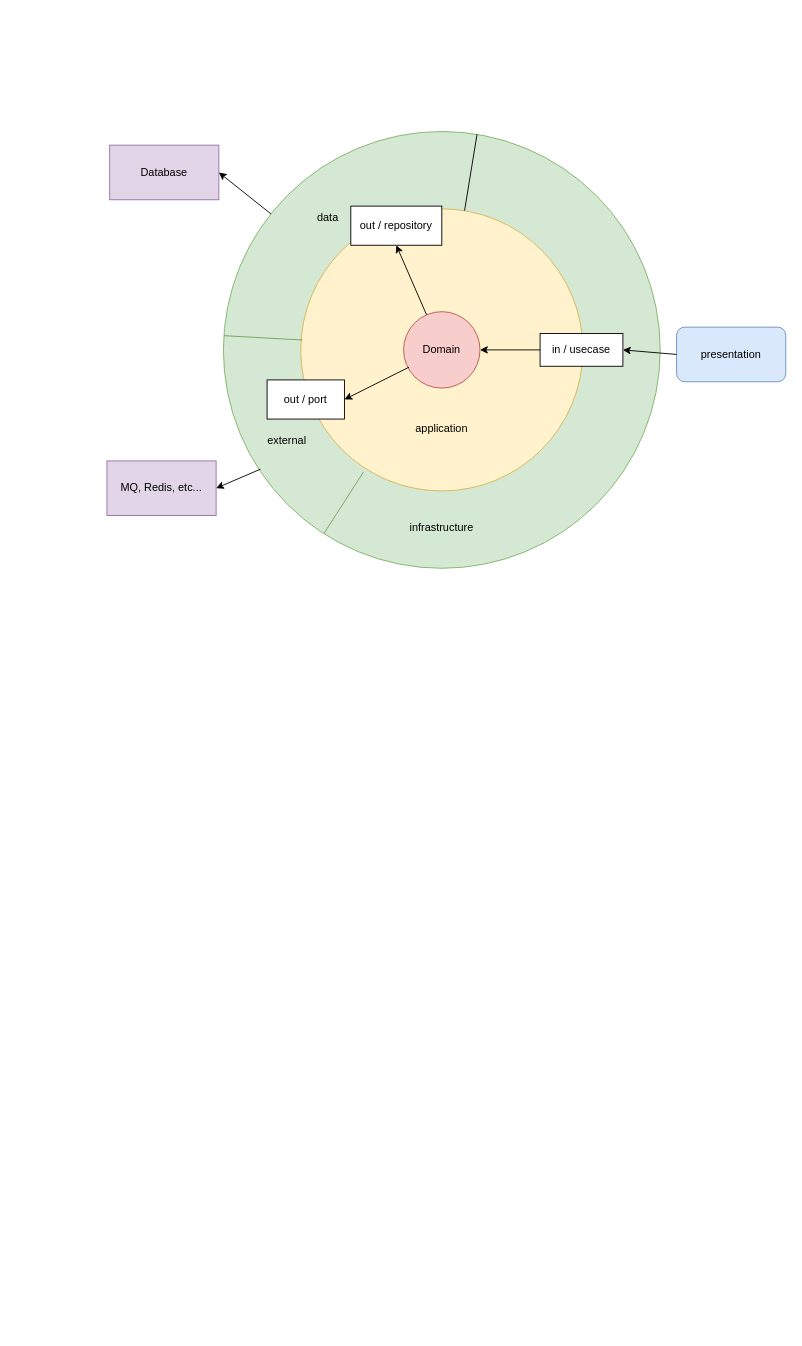
This is Untitled Diagram.drawio from kkm06100/Architectures, a draw.io file, before an edit. Source tidied: cells renumbered, new cells numbered last; positions are measured from the earlier drawing's top-left corner, leaving out a move shared by most shapes. Both pictures are drawn from the tidied source at 91%, with x=0, y=0 at pixel (106, 131).
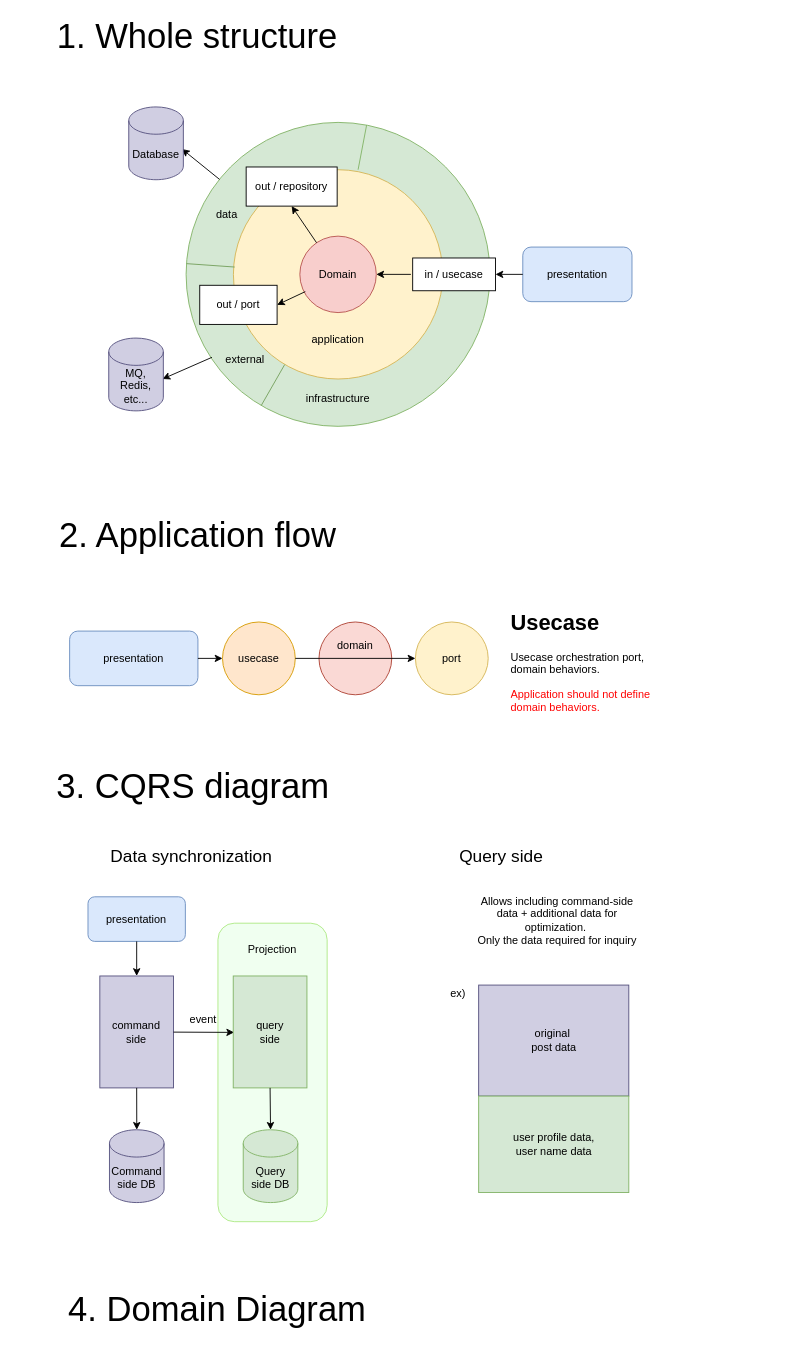
The same page after the edit.

What changed in the source:
```diff
@@
+    <mxCell id="22" style="rounded=1;whiteSpace=wrap;html=1;fillColor=light-dark(#f0fff0, #1f2f1e);strokeColor=#AEE985;" parent="1" vertex="1">
+      <mxGeometry x="122" y="870" width="120" height="328" as="geometry" />
+    </mxCell>
-    <mxCell id="2" value="&lt;div&gt;&lt;br&gt;&lt;/div&gt;&lt;div&gt;&lt;br&gt;&lt;/div&gt;&lt;div&gt;&lt;br&gt;&lt;/div&gt;&lt;div&gt;&lt;br&gt;&lt;/div&gt;&lt;div&gt;&lt;br&gt;&lt;/div&gt;&lt;div&gt;&lt;br&gt;&lt;/div&gt;&lt;div&gt;&lt;br&gt;&lt;/div&gt;&lt;div&gt;&lt;br&gt;&lt;/div&gt;&lt;div&gt;&lt;br&gt;&lt;/div&gt;&lt;div&gt;&lt;br&gt;&lt;/div&gt;&lt;div&gt;&lt;br&gt;&lt;br&gt;&lt;br&gt;&lt;br&gt;&lt;br&gt;&lt;br&gt;&lt;br&gt;&lt;br&gt;&lt;br&gt;&lt;br&gt;&lt;br&gt;&lt;br&gt;&lt;br&gt;&lt;br&gt;&lt;br&gt;&lt;br&gt;&lt;br&gt;infrastructure&lt;/div&gt;" style="ellipse;whiteSpace=wrap;html=1;fillColor=#d5e8d4;strokeColor=#82b366;" parent="1" vertex="1">
-      <mxGeometry x="128" width="480" height="480" as="geometry" />
+    <mxCell id="2" value="&lt;div&gt;&lt;br&gt;&lt;/div&gt;&lt;div&gt;&lt;br&gt;&lt;/div&gt;&lt;div&gt;&lt;br&gt;&lt;/div&gt;&lt;div&gt;&lt;br&gt;&lt;/div&gt;&lt;div&gt;&lt;br&gt;&lt;/div&gt;&lt;div&gt;&lt;br&gt;&lt;/div&gt;&lt;div&gt;&lt;br&gt;&lt;/div&gt;&lt;div&gt;&lt;br&gt;&lt;/div&gt;&lt;div&gt;&lt;br&gt;&lt;/div&gt;&lt;div&gt;&lt;br&gt;&lt;/div&gt;&lt;div&gt;&lt;br&gt;&lt;br&gt;&lt;br&gt;&lt;br&gt;&lt;br&gt;&lt;br&gt;&lt;br&gt;&lt;br&gt;&lt;br&gt;infrastructure&lt;/div&gt;" style="ellipse;whiteSpace=wrap;html=1;fillColor=#d5e8d4;strokeColor=#82b366;" parent="1" vertex="1">
+      <mxGeometry x="87" y="-10" width="334" height="334" as="geometry" />
     </mxCell>
-    <mxCell id="3" value="&lt;br&gt;&lt;br&gt;&lt;br&gt;&lt;br&gt;&lt;br&gt;&lt;br&gt;&lt;br&gt;&lt;br&gt;&lt;br&gt;&lt;br&gt;&lt;br&gt;&lt;br&gt;application" style="ellipse;whiteSpace=wrap;html=1;fillColor=#fff2cc;strokeColor=#d6b656;" parent="1" vertex="1">
-      <mxGeometry x="213" y="85" width="310" height="310" as="geometry" />
+    <mxCell id="3" value="&lt;br&gt;&lt;br&gt;&lt;br&gt;&lt;br&gt;&lt;br&gt;&lt;br&gt;&lt;br&gt;&lt;br&gt;&lt;br&gt;&lt;br&gt;application" style="ellipse;whiteSpace=wrap;html=1;fillColor=#fff2cc;strokeColor=#d6b656;" parent="1" vertex="1">
+      <mxGeometry x="139" y="42" width="230" height="230" as="geometry" />
     </mxCell>
     <mxCell id="4" value="Domain" style="ellipse;whiteSpace=wrap;html=1;fillColor=#f8cecc;strokeColor=#b85450;" parent="1" vertex="1">
-      <mxGeometry x="326" y="198" width="84" height="84" as="geometry" />
+      <mxGeometry x="212" y="115" width="84" height="84" as="geometry" />
     </mxCell>
     <mxCell id="5" value="in / usecase" style="rounded=0;whiteSpace=wrap;html=1;" parent="1" vertex="1">
-      <mxGeometry x="476" y="222" width="91" height="36" as="geometry" />
+      <mxGeometry x="336" y="139" width="91" height="36" as="geometry" />
     </mxCell>
     <mxCell id="6" value="out / repository" style="rounded=0;whiteSpace=wrap;html=1;" parent="1" vertex="1">
-      <mxGeometry x="268" y="82" width="100" height="43" as="geometry" />
+      <mxGeometry x="153" y="39" width="100" height="43" as="geometry" />
     </mxCell>
     <mxCell id="7" value="out / port" style="rounded=0;whiteSpace=wrap;html=1;" parent="1" vertex="1">
-      <mxGeometry x="176" y="273" width="85" height="43" as="geometry" />
+      <mxGeometry x="102" y="169" width="85" height="43" as="geometry" />
     </mxCell>
-    <mxCell id="8" style="endArrow=none;html=1;rounded=0;fillColor=#d5e8d4;strokeColor=#749F5C;" parent="1" edge="1" source="2">
-      <mxGeometry relative="1" as="geometry">
-        <mxPoint x="282" y="374" as="targetPoint" />
-      </mxGeometry>
+    <mxCell id="8" style="endArrow=none;html=1;rounded=0;fillColor=#d5e8d4;strokeColor=#749F5C;entryX=0.245;entryY=0.931;entryDx=0;entryDy=0;entryPerimeter=0;" parent="1" edge="1" source="2" target="3">
+      <mxGeometry relative="1" as="geometry" />
     </mxCell>
@@
-    <mxCell id="10" style="endArrow=none;html=1;rounded=0;" parent="1" edge="1" target="2">
+    <mxCell id="10" style="endArrow=none;html=1;rounded=0;fillColor=#d5e8d4;strokeColor=#82b366;" parent="1" edge="1" target="2">
       <mxGeometry relative="1" as="geometry">
-        <mxPoint x="393" y="87" as="sourcePoint" />
+        <mxPoint x="276" y="42" as="sourcePoint" />
       </mxGeometry>
     </mxCell>
     <mxCell id="11" value="data" style="text;html=1;align=center;verticalAlign=middle;whiteSpace=wrap;rounded=0;" parent="1" vertex="1">
-      <mxGeometry x="213" y="80" width="60" height="30" as="geometry" />
+      <mxGeometry x="102" y="77" width="60" height="30" as="geometry" />
     </mxCell>
     <mxCell id="12" value="external" style="text;html=1;align=center;verticalAlign=middle;whiteSpace=wrap;rounded=0;" parent="1" vertex="1">
-      <mxGeometry x="168" y="325" width="60" height="30" as="geometry" />
+      <mxGeometry x="122" y="236" width="60" height="30" as="geometry" />
     </mxCell>
     <mxCell id="13" value="presentation" style="rounded=1;whiteSpace=wrap;html=1;fillColor=#dae8fc;strokeColor=#6c8ebf;" parent="1" vertex="1">
-      <mxGeometry x="626" y="215" width="120" height="60" as="geometry" />
+      <mxGeometry x="457" y="127" width="120" height="60" as="geometry" />
     </mxCell>
-    <mxCell id="14" value="Database" style="rounded=0;whiteSpace=wrap;html=1;fillColor=#e1d5e7;strokeColor=#9673a6;" parent="1" vertex="1">
-      <mxGeometry x="3" y="15" width="120" height="60" as="geometry" />
-    </mxCell>
-    <mxCell id="15" value="MQ, Redis, etc..." style="rounded=0;whiteSpace=wrap;html=1;fillColor=#e1d5e7;strokeColor=#9673a6;" parent="1" vertex="1">
-      <mxGeometry y="362" width="120" height="60" as="geometry" />
-    </mxCell>
@@
     <mxCell id="17" style="endArrow=classic;html=1;rounded=0;" parent="1" edge="1" target="4">
       <mxGeometry relative="1" as="geometry">
-        <mxPoint x="476" y="240" as="sourcePoint" />
+        <mxPoint x="334" y="157" as="sourcePoint" />
       </mxGeometry>
     </mxCell>
@@
-    <mxCell id="20" style="endArrow=classic;html=1;rounded=0;entryX=1;entryY=0.5;entryDx=0;entryDy=0;exitX=0.085;exitY=0.773;exitDx=0;exitDy=0;exitPerimeter=0;" parent="1" edge="1" source="2" target="15">
+    <mxCell id="20" style="endArrow=classic;html=1;rounded=0;entryX=0.985;entryY=0.562;entryDx=0;entryDy=0;exitX=0.085;exitY=0.773;exitDx=0;exitDy=0;exitPerimeter=0;entryPerimeter=0;" parent="1" edge="1" source="2" target="15">
       <mxGeometry relative="1" as="geometry" />
     </mxCell>
-    <mxCell id="21" style="endArrow=classic;html=1;rounded=0;entryX=1;entryY=0.5;entryDx=0;entryDy=0;" parent="1" edge="1" source="2" target="14">
+    <mxCell id="21" style="endArrow=classic;html=1;rounded=0;entryX=0.974;entryY=0.578;entryDx=0;entryDy=0;entryPerimeter=0;" parent="1" edge="1" source="2" target="14">
       <mxGeometry relative="1" as="geometry" />
     </mxCell>
+    <mxCell id="23" value="&lt;span style=&quot;font-size: 38px;&quot;&gt;1. Whole structure&lt;/span&gt;" style="text;html=1;align=center;verticalAlign=middle;whiteSpace=wrap;rounded=0;strokeWidth=5;" parent="1" vertex="1">
+      <mxGeometry x="-79" y="-119" width="357" height="30" as="geometry" />
+    </mxCell>
+    <mxCell id="24" value="&lt;span style=&quot;font-size: 38px;&quot;&gt;2. Application flow&lt;/span&gt;" style="text;html=1;align=center;verticalAlign=middle;whiteSpace=wrap;rounded=0;strokeWidth=5;" parent="1" vertex="1">
+      <mxGeometry x="-100.5" y="429" width="400" height="30" as="geometry" />
+    </mxCell>
+    <mxCell id="25" value="presentation" style="rounded=1;whiteSpace=wrap;html=1;fillColor=#dae8fc;strokeColor=#6c8ebf;" parent="1" vertex="1">
+      <mxGeometry x="-41" y="549" width="141" height="60" as="geometry" />
+    </mxCell>
+    <mxCell id="26" value="port" style="ellipse;whiteSpace=wrap;html=1;fillColor=#fff2cc;strokeColor=#d6b656;" parent="1" vertex="1">
+      <mxGeometry x="339" y="539" width="80" height="80" as="geometry" />
+    </mxCell>
+    <mxCell id="27" value="usecase" style="ellipse;whiteSpace=wrap;html=1;fillColor=#ffe6cc;strokeColor=#d79b00;" parent="1" vertex="1">
+      <mxGeometry x="127" y="539" width="80" height="80" as="geometry" />
+    </mxCell>
+    <mxCell id="28" value="domain&lt;div&gt;&lt;br&gt;&lt;/div&gt;&lt;div&gt;&lt;br&gt;&lt;/div&gt;" style="ellipse;whiteSpace=wrap;html=1;fillColor=#fad9d5;strokeColor=#ae4132;" parent="1" vertex="1">
+      <mxGeometry x="233" y="539" width="80" height="80" as="geometry" />
+    </mxCell>
+    <mxCell id="29" style="endArrow=classic;html=1;rounded=0;entryX=0;entryY=0.5;entryDx=0;entryDy=0;exitX=1;exitY=0.5;exitDx=0;exitDy=0;" parent="1" edge="1" source="25" target="27">
+      <mxGeometry relative="1" as="geometry" />
+    </mxCell>
+    <mxCell id="30" style="endArrow=classic;html=1;rounded=0;exitX=1;exitY=0.5;exitDx=0;exitDy=0;entryX=0;entryY=0.5;entryDx=0;entryDy=0;" parent="1" edge="1" source="27" target="26">
+      <mxGeometry relative="1" as="geometry" />
+    </mxCell>
+    <mxCell id="31" value="&lt;span style=&quot;font-size: 38px;&quot;&gt;3. CQRS diagram&amp;nbsp;&lt;/span&gt;" style="text;html=1;align=center;verticalAlign=middle;whiteSpace=wrap;rounded=0;strokeWidth=5;" parent="1" vertex="1">
+      <mxGeometry x="-100.5" y="701" width="400" height="38" as="geometry" />
+    </mxCell>
+    <mxCell id="32" value="&lt;h1 style=&quot;margin-top: 0px;&quot;&gt;Usecase&lt;/h1&gt;&lt;p&gt;Usecase orchestration port, domain behaviors.&lt;/p&gt;&lt;p&gt;&lt;font style=&quot;color: rgb(255, 3, 3);&quot;&gt;Application should not define domain behaviors.&lt;/font&gt;&lt;br&gt;&lt;/p&gt;" style="text;html=1;whiteSpace=wrap;overflow=hidden;rounded=0;" parent="1" vertex="1">
+      <mxGeometry x="442" y="519" width="180" height="120" as="geometry" />
+    </mxCell>
+    <mxCell id="14" value="Database" style="shape=cylinder3;whiteSpace=wrap;html=1;boundedLbl=1;backgroundOutline=1;size=15;fillColor=#d0cee2;strokeColor=#56517e;" parent="1" vertex="1">
+      <mxGeometry x="24" y="-27" width="60" height="80" as="geometry" />
+    </mxCell>
+    <mxCell id="15" value="MQ, Redis, etc..." style="shape=cylinder3;whiteSpace=wrap;html=1;boundedLbl=1;backgroundOutline=1;size=15;fillColor=#d0cee2;strokeColor=#56517e;" parent="1" vertex="1">
+      <mxGeometry x="2" y="227" width="60" height="80" as="geometry" />
+    </mxCell>
+    <mxCell id="33" value="Query side DB" style="shape=cylinder3;whiteSpace=wrap;html=1;boundedLbl=1;backgroundOutline=1;size=15;fillColor=#d5e8d4;strokeColor=#82b366;" parent="1" vertex="1">
+      <mxGeometry x="149.8" y="1097" width="60" height="80" as="geometry" />
+    </mxCell>
+    <mxCell id="34" value="command&lt;div&gt;side&lt;/div&gt;" style="rounded=0;whiteSpace=wrap;html=1;fillColor=#d0cee2;strokeColor=#56517e;" parent="1" vertex="1">
+      <mxGeometry x="-7.8" y="928" width="81" height="123" as="geometry" />
+    </mxCell>
+    <mxCell id="35" value="Command&lt;div&gt;side DB&lt;/div&gt;" style="shape=cylinder3;whiteSpace=wrap;html=1;boundedLbl=1;backgroundOutline=1;size=15;fillColor=#d0cee2;strokeColor=#56517e;" parent="1" vertex="1">
+      <mxGeometry x="2.8" y="1097" width="60" height="80" as="geometry" />
+    </mxCell>
+    <mxCell id="36" style="endArrow=classic;html=1;rounded=0;" parent="1" edge="1" source="34">
+      <mxGeometry relative="1" as="geometry">
+        <mxPoint x="139.8" y="990" as="targetPoint" />
+      </mxGeometry>
+    </mxCell>
+    <mxCell id="37" value="query&lt;div&gt;side&lt;/div&gt;" style="rounded=0;whiteSpace=wrap;html=1;fillColor=#d5e8d4;strokeColor=#82b366;" parent="1" vertex="1">
+      <mxGeometry x="138.8" y="928" width="81" height="123" as="geometry" />
+    </mxCell>
+    <mxCell id="38" value="event" style="text;html=1;align=center;verticalAlign=middle;whiteSpace=wrap;rounded=0;" parent="1" vertex="1">
+      <mxGeometry x="75.8" y="961" width="60" height="30" as="geometry" />
+    </mxCell>
+    <mxCell id="39" style="endArrow=classic;html=1;rounded=0;exitX=0.5;exitY=1;exitDx=0;exitDy=0;entryX=0.5;entryY=0;entryDx=0;entryDy=0;entryPerimeter=0;" parent="1" edge="1" source="34" target="35">
+      <mxGeometry relative="1" as="geometry" />
+    </mxCell>
+    <mxCell id="40" style="endArrow=classic;html=1;rounded=0;exitX=0.5;exitY=1;exitDx=0;exitDy=0;entryX=0.5;entryY=0;entryDx=0;entryDy=0;entryPerimeter=0;" parent="1" edge="1" source="37" target="33">
+      <mxGeometry relative="1" as="geometry" />
+    </mxCell>
+    <mxCell id="41" value="&lt;font style=&quot;font-size: 19px;&quot;&gt;Data synchronization&lt;/font&gt;" style="text;html=1;align=center;verticalAlign=middle;whiteSpace=wrap;rounded=0;" parent="1" vertex="1">
+      <mxGeometry x="-13" y="782" width="212" height="30" as="geometry" />
+    </mxCell>
+    <mxCell id="42" value="presentation" style="rounded=1;whiteSpace=wrap;html=1;fillColor=#dae8fc;strokeColor=#6c8ebf;" parent="1" vertex="1">
+      <mxGeometry x="-20.8" y="841" width="107" height="49" as="geometry" />
+    </mxCell>
+    <mxCell id="43" style="endArrow=classic;html=1;rounded=0;exitX=0.5;exitY=1;exitDx=0;exitDy=0;entryX=0.5;entryY=0;entryDx=0;entryDy=0;" parent="1" edge="1" source="42" target="34">
+      <mxGeometry relative="1" as="geometry" />
+    </mxCell>
+    <mxCell id="44" value="&lt;font style=&quot;font-size: 19px;&quot;&gt;Query side&lt;/font&gt;" style="text;html=1;align=center;verticalAlign=middle;whiteSpace=wrap;rounded=0;" parent="1" vertex="1">
+      <mxGeometry x="381" y="782" width="105" height="30" as="geometry" />
+    </mxCell>
+    <mxCell id="45" value="original&amp;nbsp;&lt;br&gt;post data" style="rounded=0;whiteSpace=wrap;html=1;fillColor=#d0cee2;strokeColor=#56517e;" parent="1" vertex="1">
+      <mxGeometry x="408.5" y="938" width="165" height="122" as="geometry" />
+    </mxCell>
+    <mxCell id="46" value="Allows including command-side data + additional data for optimization.&amp;nbsp;&lt;br&gt;Only the data required for inquiry" style="text;html=1;align=center;verticalAlign=middle;whiteSpace=wrap;rounded=0;" parent="1" vertex="1">
+      <mxGeometry x="405" y="841" width="180" height="52" as="geometry" />
+    </mxCell>
+    <mxCell id="47" value="user profile data,&lt;br&gt;user name data" style="rounded=0;whiteSpace=wrap;html=1;fillColor=#d5e8d4;strokeColor=#82b366;" parent="1" vertex="1">
+      <mxGeometry x="408.5" y="1060" width="165" height="106" as="geometry" />
+    </mxCell>
+    <mxCell id="48" value="ex)" style="text;html=1;align=center;verticalAlign=middle;whiteSpace=wrap;rounded=0;" parent="1" vertex="1">
+      <mxGeometry x="356" y="933" width="60" height="30" as="geometry" />
+    </mxCell>
+    <mxCell id="49" value="&lt;span style=&quot;font-size: 38px;&quot;&gt;4. Domain Diagram&amp;nbsp;&amp;nbsp;&lt;/span&gt;" style="text;html=1;align=center;verticalAlign=middle;whiteSpace=wrap;rounded=0;strokeWidth=5;" parent="1" vertex="1">
+      <mxGeometry x="-69" y="1276" width="402" height="38" as="geometry" />
+    </mxCell>
+    <mxCell id="50" value="Projection" style="text;html=1;align=center;verticalAlign=middle;whiteSpace=wrap;rounded=0;" parent="1" vertex="1">
+      <mxGeometry x="152" y="884" width="60" height="30" as="geometry" />
+    </mxCell>
```
